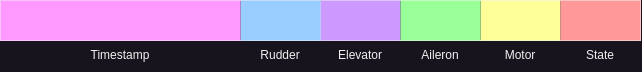
The draw.io diagram resources/packet.png in dev-jtemel/rc_plane, before a commit. Source tidied: cells renumbered, new cells last; positions are measured from the earlier drawing's top-left corner, leaving out a move shared by most shapes.
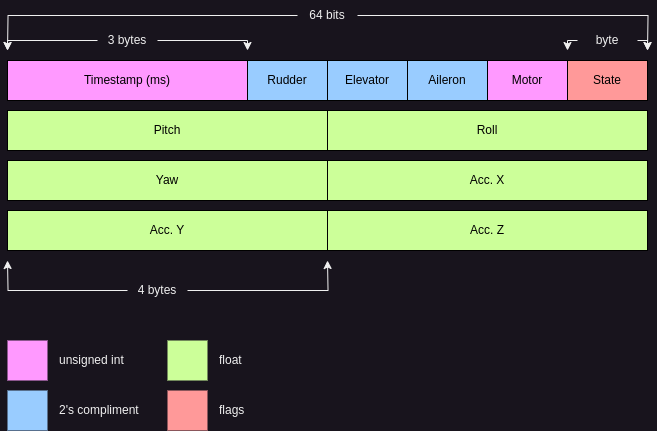
Above is the later version.

The edit, as a diff of the source:
```diff
@@ -2,47 +2,135 @@
   <root>
     <mxCell id="0" />
     <mxCell id="1" parent="0" />
-    <mxCell id="2" style="rounded=0;whiteSpace=wrap;html=1;fillColor=none;" parent="1" vertex="1">
+    <mxCell id="2" style="rounded=0;whiteSpace=wrap;html=1;fillColor=none;strokeColor=#000000;fontColor=#000000;" parent="1" vertex="1">
       <mxGeometry width="320" height="40" as="geometry" />
     </mxCell>
-    <mxCell id="3" style="rounded=0;whiteSpace=wrap;html=1;fillColor=none;" parent="1" vertex="1">
+    <mxCell id="3" style="rounded=0;whiteSpace=wrap;html=1;fillColor=none;strokeColor=#000000;fontColor=#000000;" parent="1" vertex="1">
       <mxGeometry x="320" width="320" height="40" as="geometry" />
     </mxCell>
-    <mxCell id="4" style="rounded=0;whiteSpace=wrap;html=1;fillColor=#FFFF99;strokeColor=none;" parent="1" vertex="1">
+    <mxCell id="4" value="Motor" style="rounded=0;whiteSpace=wrap;html=1;fillColor=#FF99FF;strokeColor=#000000;fontColor=#000000;" parent="1" vertex="1">
       <mxGeometry x="480" width="80" height="40" as="geometry" />
     </mxCell>
-    <mxCell id="5" style="rounded=0;whiteSpace=wrap;html=1;fillColor=#CC99FF;strokeColor=none;" parent="1" vertex="1">
+    <mxCell id="5" value="Elevator" style="rounded=0;whiteSpace=wrap;html=1;fillColor=#99CCFF;strokeColor=#000000;fontColor=#000000;" parent="1" vertex="1">
       <mxGeometry x="320" width="80" height="40" as="geometry" />
     </mxCell>
-    <mxCell id="6" style="rounded=0;whiteSpace=wrap;html=1;fillColor=#99FF99;strokeColor=none;" parent="1" vertex="1">
+    <mxCell id="6" value="Aileron" style="rounded=0;whiteSpace=wrap;html=1;fillColor=#99CCFF;strokeColor=#000000;fontColor=#000000;" parent="1" vertex="1">
       <mxGeometry x="400" width="80" height="40" as="geometry" />
     </mxCell>
-    <mxCell id="7" style="rounded=0;whiteSpace=wrap;html=1;fillColor=#99CCFF;strokeColor=none;" parent="1" vertex="1">
+    <mxCell id="7" value="Rudder" style="rounded=0;whiteSpace=wrap;html=1;fillColor=#99CCFF;strokeColor=#000000;fontColor=#000000;" parent="1" vertex="1">
       <mxGeometry x="240" width="80" height="40" as="geometry" />
     </mxCell>
-    <mxCell id="8" style="rounded=0;whiteSpace=wrap;html=1;fillColor=#FF99FF;strokeColor=none;" parent="1" vertex="1">
+    <mxCell id="8" value="Timestamp (ms)" style="rounded=0;whiteSpace=wrap;html=1;fillColor=#FF99FF;strokeColor=#000000;fontColor=#000000;" parent="1" vertex="1">
       <mxGeometry width="240" height="40" as="geometry" />
     </mxCell>
-    <mxCell id="9" value="Motor" style="text;html=1;strokeColor=none;fillColor=none;align=center;verticalAlign=middle;whiteSpace=wrap;rounded=0;" parent="1" vertex="1">
-      <mxGeometry x="490" y="40" width="60" height="30" as="geometry" />
-    </mxCell>
-    <mxCell id="10" value="Aileron" style="text;html=1;strokeColor=none;fillColor=none;align=center;verticalAlign=middle;whiteSpace=wrap;rounded=0;" parent="1" vertex="1">
-      <mxGeometry x="410" y="40" width="60" height="30" as="geometry" />
-    </mxCell>
-    <mxCell id="11" value="Elevator" style="text;html=1;strokeColor=none;fillColor=none;align=center;verticalAlign=middle;whiteSpace=wrap;rounded=0;" parent="1" vertex="1">
-      <mxGeometry x="330" y="40" width="60" height="30" as="geometry" />
-    </mxCell>
-    <mxCell id="12" value="Rudder" style="text;html=1;strokeColor=none;fillColor=none;align=center;verticalAlign=middle;whiteSpace=wrap;rounded=0;" parent="1" vertex="1">
-      <mxGeometry x="250" y="40" width="60" height="30" as="geometry" />
-    </mxCell>
-    <mxCell id="13" value="Timestamp" style="text;html=1;strokeColor=none;fillColor=none;align=center;verticalAlign=middle;whiteSpace=wrap;rounded=0;" parent="1" vertex="1">
-      <mxGeometry x="90" y="40" width="60" height="30" as="geometry" />
-    </mxCell>
-    <mxCell id="14" style="rounded=0;whiteSpace=wrap;html=1;fillColor=#FF9999;strokeColor=none;fillStyle=solid;" parent="1" vertex="1">
+    <mxCell id="14" value="State" style="rounded=0;whiteSpace=wrap;html=1;fillColor=#FF9999;strokeColor=#000000;fillStyle=solid;fontColor=#000000;" parent="1" vertex="1">
       <mxGeometry x="560" width="80" height="40" as="geometry" />
     </mxCell>
-    <mxCell id="15" value="State" style="text;html=1;strokeColor=none;fillColor=none;align=center;verticalAlign=middle;whiteSpace=wrap;rounded=0;" parent="1" vertex="1">
-      <mxGeometry x="570" y="40" width="60" height="30" as="geometry" />
-    </mxCell>
+    <mxCell id="16" value="Pitch" style="rounded=0;whiteSpace=wrap;html=1;fillColor=#CCFF99;strokeColor=#000000;fontColor=#000000;fillStyle=auto;" parent="1" vertex="1">
+      <mxGeometry y="50" width="320" height="40" as="geometry" />
+    </mxCell>
+    <mxCell id="17" value="Roll" style="rounded=0;whiteSpace=wrap;html=1;fillColor=#CCFF99;strokeColor=#000000;fontColor=#000000;" parent="1" vertex="1">
+      <mxGeometry x="320" y="50" width="320" height="40" as="geometry" />
+    </mxCell>
+    <mxCell id="18" value="Acc. X" style="rounded=0;whiteSpace=wrap;html=1;fillColor=#CCFF99;strokeColor=#000000;fontColor=#000000;" parent="1" vertex="1">
+      <mxGeometry x="320" y="100" width="320" height="40" as="geometry" />
+    </mxCell>
+    <mxCell id="19" value="Yaw" style="rounded=0;whiteSpace=wrap;html=1;fillColor=#CCFF99;strokeColor=#000000;fontColor=#000000;" parent="1" vertex="1">
+      <mxGeometry y="100" width="320" height="40" as="geometry" />
+    </mxCell>
+    <mxCell id="20" value="Acc. Z" style="rounded=0;whiteSpace=wrap;html=1;fillColor=#CCFF99;strokeColor=#000000;fontColor=#000000;" parent="1" vertex="1">
+      <mxGeometry x="320" y="150" width="320" height="40" as="geometry" />
+    </mxCell>
+    <mxCell id="21" value="Acc. Y" style="rounded=0;whiteSpace=wrap;html=1;fillColor=#CCFF99;strokeColor=#000000;fontColor=#000000;" parent="1" vertex="1">
+      <mxGeometry y="150" width="320" height="40" as="geometry" />
+    </mxCell>
+    <mxCell id="22" style="edgeStyle=orthogonalEdgeStyle;rounded=0;jettySize=auto;html=1;" parent="1" edge="1" source="24">
+      <mxGeometry relative="1" as="geometry">
+        <mxPoint y="-10" as="targetPoint" />
+      </mxGeometry>
+    </mxCell>
+    <mxCell id="23" style="edgeStyle=orthogonalEdgeStyle;rounded=0;jettySize=auto;html=1;exitX=1;exitY=0.5;exitDx=0;exitDy=0;" parent="1" edge="1" source="24">
+      <mxGeometry relative="1" as="geometry">
+        <mxPoint x="640" y="-10" as="targetPoint" />
+      </mxGeometry>
+    </mxCell>
+    <mxCell id="24" value="64 bits" style="text;html=1;strokeColor=none;fillColor=none;align=center;verticalAlign=middle;whiteSpace=wrap;rounded=0;" parent="1" vertex="1">
+      <mxGeometry x="290" y="-60" width="60" height="30" as="geometry" />
+    </mxCell>
+    <mxCell id="25" style="edgeStyle=orthogonalEdgeStyle;rounded=0;jettySize=auto;html=1;" parent="1" edge="1" source="27">
+      <mxGeometry relative="1" as="geometry">
+        <mxPoint y="-10" as="targetPoint" />
+        <Array as="points">
+          <mxPoint y="-20" />
+        </Array>
+      </mxGeometry>
+    </mxCell>
+    <mxCell id="26" style="edgeStyle=orthogonalEdgeStyle;rounded=0;jettySize=auto;html=1;" parent="1" edge="1" source="27">
+      <mxGeometry relative="1" as="geometry">
+        <mxPoint x="240" y="-10" as="targetPoint" />
+        <Array as="points">
+          <mxPoint x="240" y="-20" />
+        </Array>
+      </mxGeometry>
+    </mxCell>
+    <mxCell id="27" value="3 bytes" style="text;html=1;strokeColor=none;fillColor=none;align=center;verticalAlign=middle;whiteSpace=wrap;rounded=0;" parent="1" vertex="1">
+      <mxGeometry x="90" y="-30" width="60" height="20" as="geometry" />
+    </mxCell>
+    <mxCell id="28" style="edgeStyle=orthogonalEdgeStyle;rounded=0;jettySize=auto;html=1;" parent="1" edge="1" source="30">
+      <mxGeometry relative="1" as="geometry">
+        <mxPoint x="320" y="200" as="targetPoint" />
+      </mxGeometry>
+    </mxCell>
+    <mxCell id="29" style="edgeStyle=orthogonalEdgeStyle;rounded=0;jettySize=auto;html=1;" parent="1" edge="1" source="30">
+      <mxGeometry relative="1" as="geometry">
+        <mxPoint y="200" as="targetPoint" />
+      </mxGeometry>
+    </mxCell>
+    <mxCell id="30" value="4 bytes" style="text;html=1;strokeColor=none;fillColor=none;align=center;verticalAlign=middle;whiteSpace=wrap;rounded=0;" parent="1" vertex="1">
+      <mxGeometry x="120" y="220" width="60" height="20" as="geometry" />
+    </mxCell>
+    <mxCell id="31" style="rounded=0;whiteSpace=wrap;html=1;fillColor=#FF99FF;strokeColor=none;" parent="1" vertex="1">
+      <mxGeometry y="280" width="40" height="40" as="geometry" />
+    </mxCell>
+    <mxCell id="32" value="unsigned int" style="text;html=1;strokeColor=none;fillColor=none;align=left;verticalAlign=middle;whiteSpace=wrap;rounded=0;" parent="1" vertex="1">
+      <mxGeometry x="50" y="285" width="70" height="30" as="geometry" />
+    </mxCell>
+    <mxCell id="33" style="rounded=0;whiteSpace=wrap;html=1;fillColor=#99CCFF;strokeColor=none;" parent="1" vertex="1">
+      <mxGeometry y="330" width="40" height="40" as="geometry" />
+    </mxCell>
+    <mxCell id="34" value="2's compliment" style="text;html=1;strokeColor=none;fillColor=none;align=left;verticalAlign=middle;whiteSpace=wrap;rounded=0;" parent="1" vertex="1">
+      <mxGeometry x="50" y="335" width="90" height="30" as="geometry" />
+    </mxCell>
+    <mxCell id="35" style="rounded=0;whiteSpace=wrap;html=1;fillColor=#CCFF99;strokeColor=none;" parent="1" vertex="1">
+      <mxGeometry x="160" y="280" width="40" height="40" as="geometry" />
+    </mxCell>
+    <mxCell id="36" value="float" style="text;html=1;strokeColor=none;fillColor=none;align=left;verticalAlign=middle;whiteSpace=wrap;rounded=0;" parent="1" vertex="1">
+      <mxGeometry x="210" y="285" width="30" height="30" as="geometry" />
+    </mxCell>
+    <mxCell id="37" style="rounded=0;whiteSpace=wrap;html=1;fillColor=#FF9999;strokeColor=none;" parent="1" vertex="1">
+      <mxGeometry x="160" y="330" width="40" height="40" as="geometry" />
+    </mxCell>
+    <mxCell id="38" value="flags" style="text;html=1;strokeColor=none;fillColor=none;align=left;verticalAlign=middle;whiteSpace=wrap;rounded=0;" parent="1" vertex="1">
+      <mxGeometry x="210" y="335" width="50" height="30" as="geometry" />
+    </mxCell>
+    <mxCell id="39" style="edgeStyle=orthogonalEdgeStyle;rounded=0;jettySize=auto;html=1;" parent="1" edge="1" source="41">
+      <mxGeometry relative="1" as="geometry">
+        <mxPoint x="640" y="-10" as="targetPoint" />
+        <Array as="points">
+          <mxPoint x="640" y="-20" />
+        </Array>
+      </mxGeometry>
+    </mxCell>
+    <mxCell id="40" style="edgeStyle=orthogonalEdgeStyle;rounded=0;jettySize=auto;html=1;" parent="1" edge="1" source="41">
+      <mxGeometry relative="1" as="geometry">
+        <mxPoint x="560" y="-10" as="targetPoint" />
+        <Array as="points">
+          <mxPoint x="560" y="-20" />
+        </Array>
+      </mxGeometry>
+    </mxCell>
+    <mxCell id="41" value="byte" style="text;html=1;strokeColor=none;fillColor=none;align=center;verticalAlign=middle;whiteSpace=wrap;rounded=0;" parent="1" vertex="1">
+      <mxGeometry x="570" y="-30" width="60" height="20" as="geometry" />
+    </mxCell>
   </root>
 </mxGraphModel>
```
